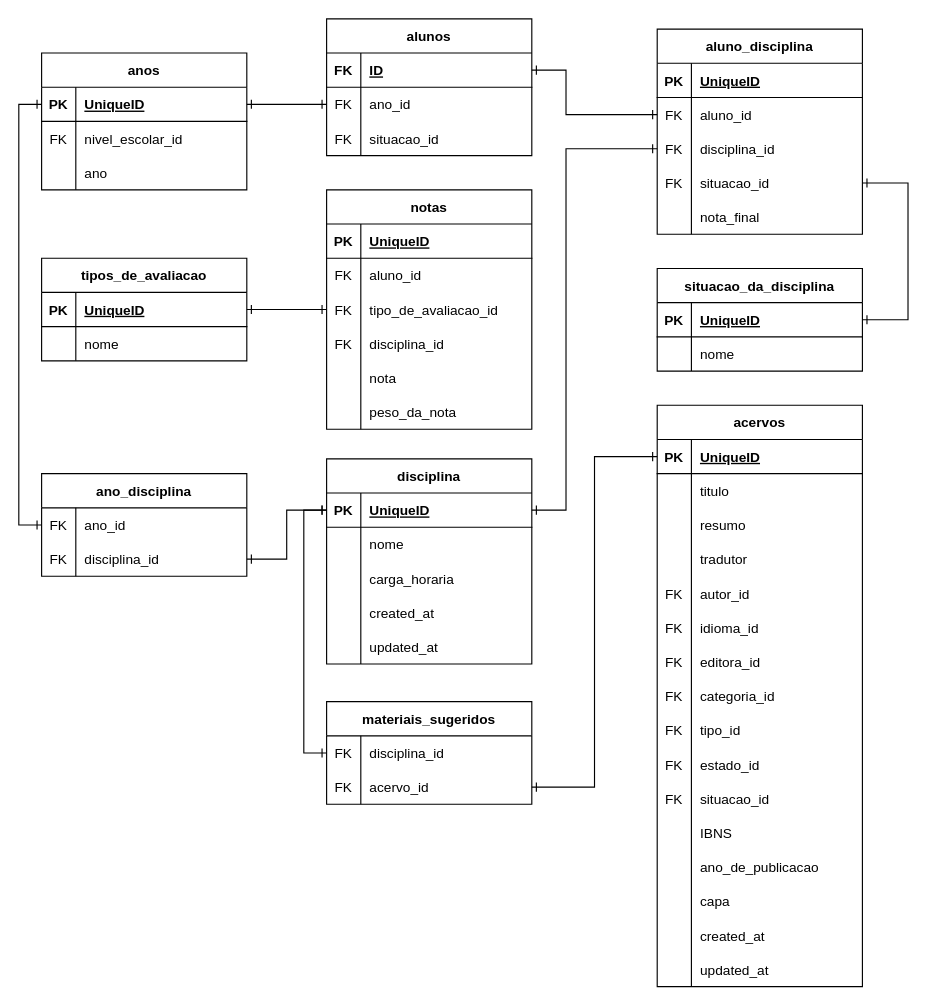
Before: diagrama/diagrama_tabela_db_disciplinas.drawio in Noboruotao/escola-sugestao-backend, a draw.io diagram. Source tidied: cells renumbered, new cells numbered last; positions are measured from the earlier drawing's top-left corner, leaving out a move shared by most shapes. Both pictures are drawn from the tidied source at 114%, with x=0, y=0 at pixel (41, 18).
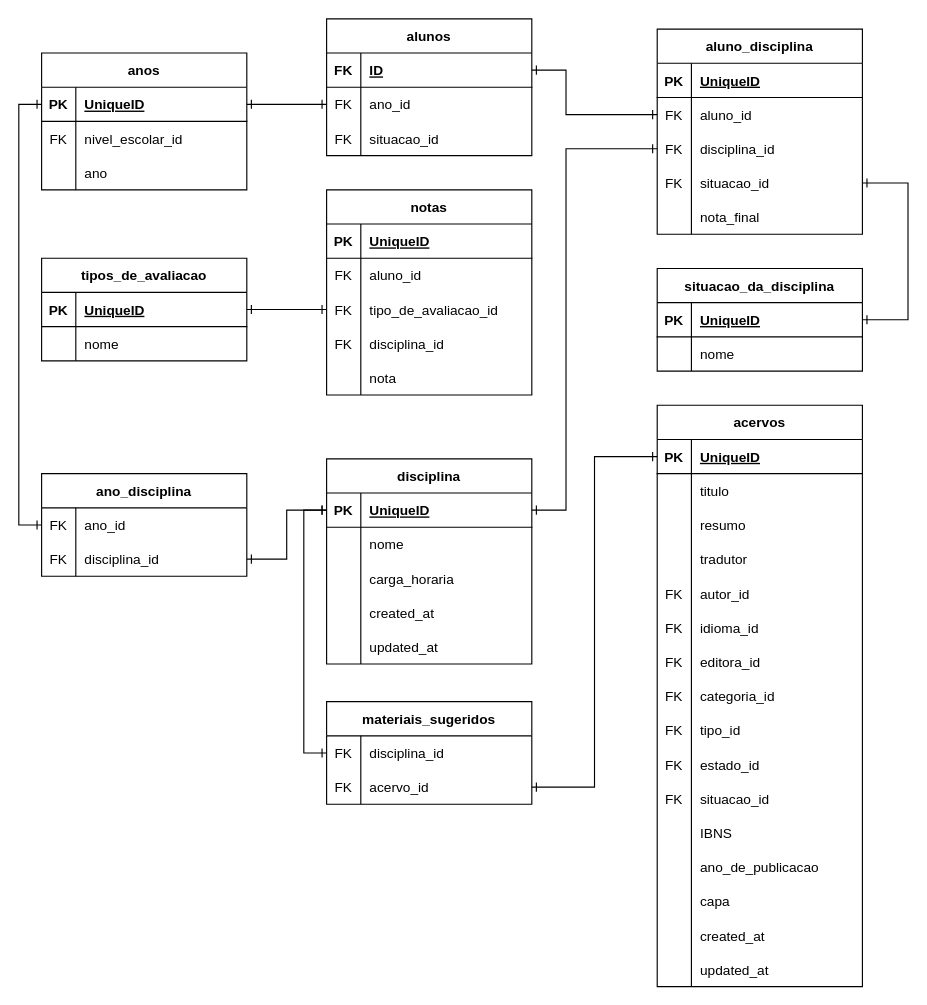
Above is the later version.

Change to the diagram source:
```diff
@@
     <mxCell id="48" value="notas" style="shape=table;startSize=30;childLayout=tableLayout;rowLines=0;fontStyle=1;align=center;" parent="1" vertex="1">
-      <mxGeometry x="250" y="150" width="180" height="210" as="geometry" />
+      <mxGeometry x="250" y="150" width="180" height="180" as="geometry" />
     </mxCell>
@@
-    <mxCell id="64" style="shape=tableRow;horizontal=0;startSize=0;swimlaneHead=0;swimlaneBody=0;fillColor=none;top=0;left=0;right=0;bottom=0;" parent="48" vertex="1">
-      <mxGeometry y="180" width="180" height="30" as="geometry" />
-    </mxCell>
-    <mxCell id="65" style="shape=partialRectangle;fillColor=none;top=0;left=0;bottom=0;right=0;overflow=hidden;" parent="64" vertex="1">
-      <mxGeometry width="30" height="30" as="geometry" />
-    </mxCell>
-    <mxCell id="66" value="peso_da_nota" style="shape=partialRectangle;fillColor=none;top=0;left=0;bottom=0;right=0;align=left;spacingLeft=6;overflow=hidden;" parent="64" vertex="1">
-      <mxGeometry x="30" width="150" height="30" as="geometry" />
-    </mxCell>
```
